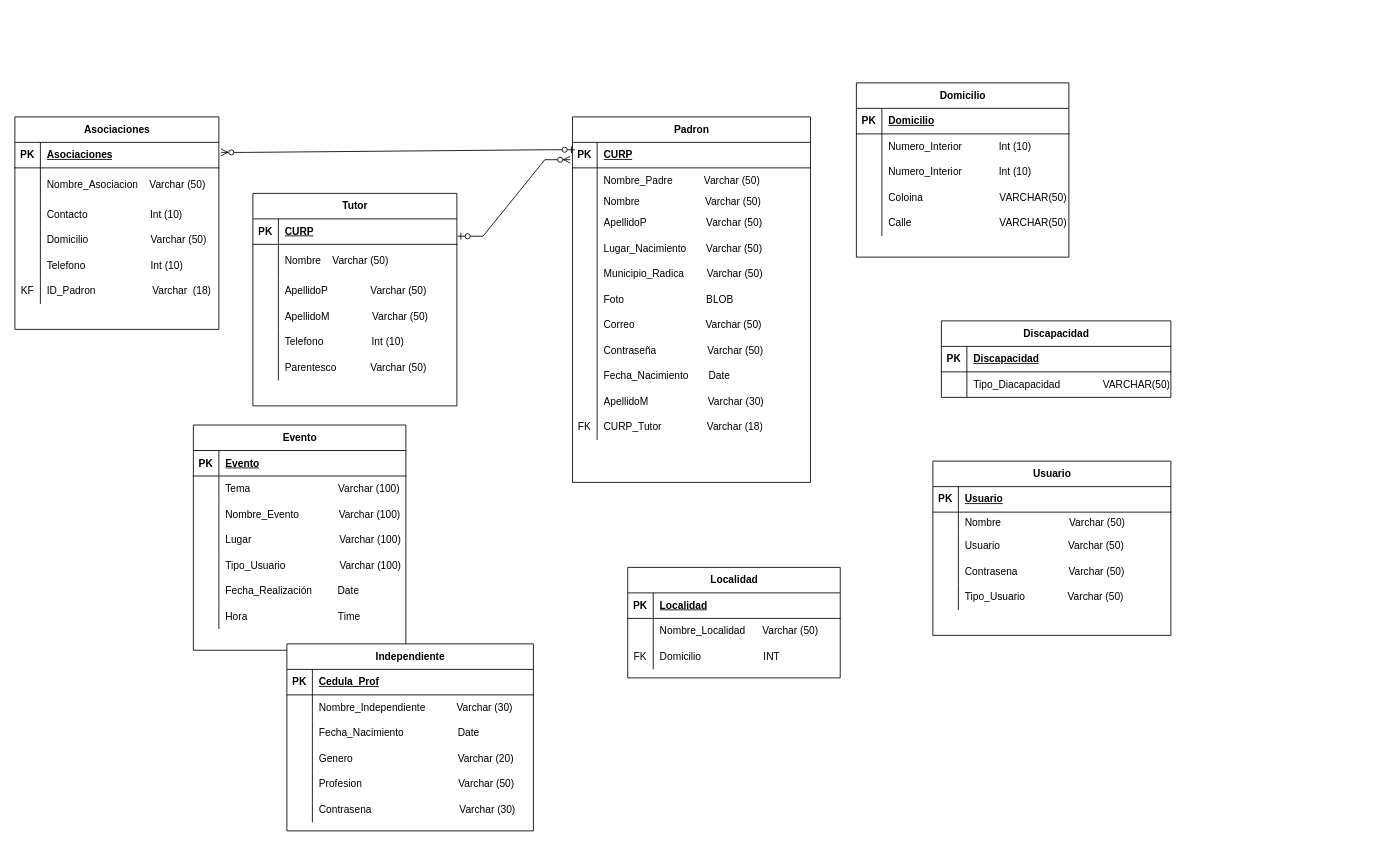
This is Relacional.drawio from OSCARCH2002/diagramas, a draw.io file, before an edit. Source tidied: cells renumbered, new cells numbered last; positions are measured from the earlier drawing's top-left corner, leaving out a move shared by most shapes. Both pictures are drawn from the tidied source at 85%, with x=0, y=0 at pixel (14, 65).
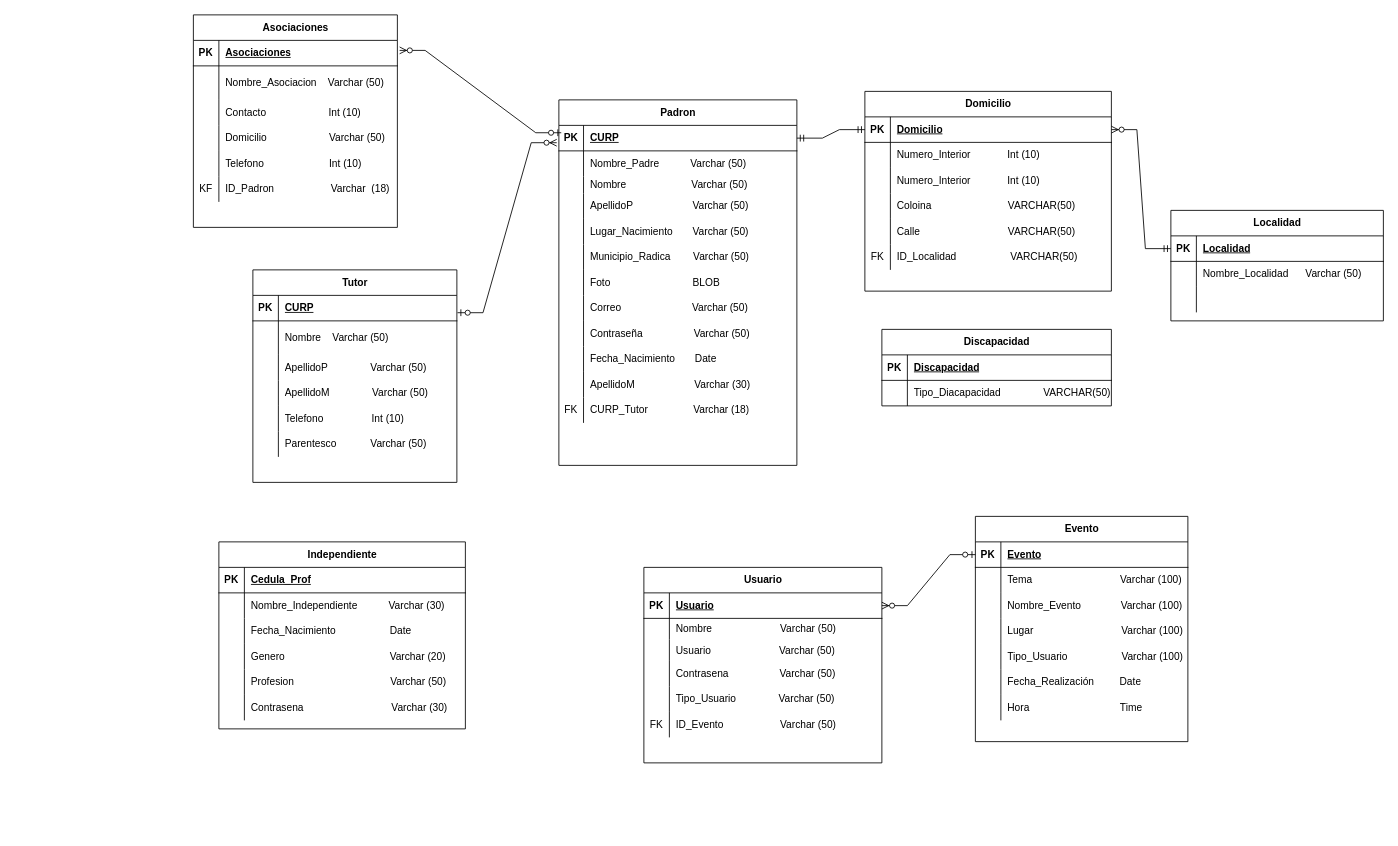
The same diagram, later.

The change refers to these unchanged cells:
```xml
<mxCell id="22" style="shape=tableRow;horizontal=0;startSize=0;swimlaneHead=0;swimlaneBody=0;fillColor=none;points=[[0,0.5],[1,0.5]];portConstraint=eastwest;top=0;left=0;right=0;bottom=1;" parent="21" vertex="1">
  <mxGeometry y="30" width="280" height="30" as="geometry" />
</mxCell>
<mxCell id="85" style="shape=tableRow;horizontal=0;startSize=0;swimlaneHead=0;swimlaneBody=0;fillColor=none;points=[[0,0.5],[1,0.5]];portConstraint=eastwest;top=0;left=0;right=0;bottom=1;" parent="84" vertex="1">
  <mxGeometry y="30" width="250" height="30" as="geometry" />
</mxCell>
<mxCell id="91" style="shape=tableRow;horizontal=0;startSize=0;swimlaneHead=0;swimlaneBody=0;fillColor=none;top=0;left=0;right=0;bottom=0;" parent="84" vertex="1">
  <mxGeometry y="90" width="250" height="30" as="geometry" />
</mxCell>
<mxCell id="95" style="shape=tableRow;horizontal=0;startSize=0;swimlaneHead=0;swimlaneBody=0;fillColor=none;points=[[0,0.5],[1,0.5]];portConstraint=eastwest;top=0;left=0;right=0;bottom=1;" parent="94" vertex="1">
  <mxGeometry y="30" width="280" height="30" as="geometry" />
</mxCell>
<mxCell id="111" style="shape=tableRow;horizontal=0;startSize=0;swimlaneHead=0;swimlaneBody=0;fillColor=none;points=[[0,0.5],[1,0.5]];portConstraint=eastwest;top=0;left=0;right=0;bottom=1;" parent="110" vertex="1">
  <mxGeometry y="30" width="250" height="30" as="geometry" />
</mxCell>
```

Diff of the diagram source:
```diff
@@
     <mxCell id="2" value="Asociaciones" style="shape=table;startSize=30;childLayout=tableLayout;rowLines=0;fontStyle=1;align=center;html=1;" parent="1" vertex="1">
-      <mxGeometry y="60" width="240" height="250" as="geometry" />
+      <mxGeometry x="210" y="-60" width="240" height="250" as="geometry" />
     </mxCell>
@@
     <mxCell id="21" value="Padron" style="shape=table;startSize=30;childLayout=tableLayout;rowLines=0;fontStyle=1;align=center;html=1;" parent="1" vertex="1">
-      <mxGeometry x="656" y="60" width="280" height="430" as="geometry" />
+      <mxGeometry x="640" y="40" width="280" height="430" as="geometry" />
     </mxCell>
@@
-    <mxCell id="58" style="shape=partialRectangle;fillColor=none;top=0;left=0;bottom=0;right=0;align=left;spacingLeft=6;overflow=hidden;whiteSpace=wrap;html=1;" parent="1" vertex="1">
-      <mxGeometry x="721" y="500" width="150" height="30" as="geometry" />
-    </mxCell>
     <mxCell id="59" value="Discapacidad" style="shape=table;startSize=30;childLayout=tableLayout;rowLines=0;fontStyle=1;align=center;html=1;" parent="1" vertex="1">
-      <mxGeometry x="1090" y="300" width="270" height="90" as="geometry" />
+      <mxGeometry x="1020" y="310" width="270" height="90" as="geometry" />
     </mxCell>
@@
     <mxCell id="66" value="Domicilio" style="shape=table;startSize=30;childLayout=tableLayout;rowLines=0;fontStyle=1;align=center;html=1;" parent="1" vertex="1">
-      <mxGeometry x="990" y="20" width="250" height="205" as="geometry" />
+      <mxGeometry x="1000" y="30" width="290" height="235" as="geometry" />
     </mxCell>
     <mxCell id="67" style="shape=tableRow;horizontal=0;startSize=0;swimlaneHead=0;swimlaneBody=0;fillColor=none;points=[[0,0.5],[1,0.5]];portConstraint=eastwest;top=0;left=0;right=0;bottom=1;" parent="66" vertex="1">
-      <mxGeometry y="30" width="250" height="30" as="geometry" />
+      <mxGeometry y="30" width="290" height="30" as="geometry" />
     </mxCell>
@@
     <mxCell id="69" value="Domicilio" style="shape=partialRectangle;fillColor=none;top=0;left=0;bottom=0;right=0;align=left;spacingLeft=6;fontStyle=5;overflow=hidden;whiteSpace=wrap;html=1;" parent="67" vertex="1">
-      <mxGeometry x="30" width="220" height="30" as="geometry" />
+      <mxGeometry x="30" width="260" height="30" as="geometry" />
     </mxCell>
     <mxCell id="70" style="shape=tableRow;horizontal=0;startSize=0;swimlaneHead=0;swimlaneBody=0;fillColor=none;top=0;left=0;right=0;bottom=0;" parent="66" vertex="1">
-      <mxGeometry y="60" width="250" height="30" as="geometry" />
+      <mxGeometry y="60" width="290" height="30" as="geometry" />
     </mxCell>
@@
     <mxCell id="72" value="Numero_Interior&amp;nbsp; &amp;nbsp; &amp;nbsp; &amp;nbsp; &amp;nbsp; &amp;nbsp; &amp;nbsp;Int (10)" style="shape=partialRectangle;fillColor=none;top=0;left=0;bottom=0;right=0;align=left;spacingLeft=6;overflow=hidden;whiteSpace=wrap;html=1;" parent="70" vertex="1">
-      <mxGeometry x="30" width="220" height="30" as="geometry" />
+      <mxGeometry x="30" width="260" height="30" as="geometry" />
     </mxCell>
     <mxCell id="73" style="shape=tableRow;horizontal=0;startSize=0;swimlaneHead=0;swimlaneBody=0;fillColor=none;top=0;left=0;right=0;bottom=0;" parent="66" vertex="1">
-      <mxGeometry y="90" width="250" height="30" as="geometry" />
+      <mxGeometry y="90" width="290" height="30" as="geometry" />
     </mxCell>
@@
     <mxCell id="75" value="Numero_Interior&amp;nbsp; &amp;nbsp; &amp;nbsp; &amp;nbsp; &amp;nbsp; &amp;nbsp; &amp;nbsp;Int (10)" style="shape=partialRectangle;fillColor=none;top=0;left=0;bottom=0;right=0;align=left;spacingLeft=6;overflow=hidden;whiteSpace=wrap;html=1;" parent="73" vertex="1">
-      <mxGeometry x="30" width="220" height="30" as="geometry" />
+      <mxGeometry x="30" width="260" height="30" as="geometry" />
     </mxCell>
     <mxCell id="76" style="shape=tableRow;horizontal=0;startSize=0;swimlaneHead=0;swimlaneBody=0;fillColor=none;top=0;left=0;right=0;bottom=0;" parent="66" vertex="1">
-      <mxGeometry y="120" width="250" height="30" as="geometry" />
+      <mxGeometry y="120" width="290" height="30" as="geometry" />
     </mxCell>
@@
     <mxCell id="78" value="Coloina&amp;nbsp; &amp;nbsp; &amp;nbsp; &amp;nbsp; &amp;nbsp; &amp;nbsp; &amp;nbsp; &amp;nbsp; &amp;nbsp; &amp;nbsp; &amp;nbsp; &amp;nbsp; &amp;nbsp; &amp;nbsp;VARCHAR(50)" style="shape=partialRectangle;fillColor=none;top=0;left=0;bottom=0;right=0;align=left;spacingLeft=6;overflow=hidden;whiteSpace=wrap;html=1;" parent="76" vertex="1">
-      <mxGeometry x="30" width="220" height="30" as="geometry" />
+      <mxGeometry x="30" width="260" height="30" as="geometry" />
     </mxCell>
     <mxCell id="79" style="shape=tableRow;horizontal=0;startSize=0;swimlaneHead=0;swimlaneBody=0;fillColor=none;top=0;left=0;right=0;bottom=0;" parent="66" vertex="1">
-      <mxGeometry y="150" width="250" height="30" as="geometry" />
+      <mxGeometry y="150" width="290" height="30" as="geometry" />
     </mxCell>
@@
     <mxCell id="81" value="Calle&amp;nbsp; &amp;nbsp; &amp;nbsp; &amp;nbsp; &amp;nbsp; &amp;nbsp; &amp;nbsp; &amp;nbsp; &amp;nbsp; &amp;nbsp; &amp;nbsp; &amp;nbsp; &amp;nbsp; &amp;nbsp; &amp;nbsp; &amp;nbsp;VARCHAR(50)" style="shape=partialRectangle;fillColor=none;top=0;left=0;bottom=0;right=0;align=left;spacingLeft=6;overflow=hidden;whiteSpace=wrap;html=1;" parent="79" vertex="1">
-      <mxGeometry x="30" width="220" height="30" as="geometry" />
+      <mxGeometry x="30" width="260" height="30" as="geometry" />
     </mxCell>
+    <mxCell id="178" style="shape=tableRow;horizontal=0;startSize=0;swimlaneHead=0;swimlaneBody=0;fillColor=none;top=0;left=0;right=0;bottom=0;" parent="66" vertex="1">
+      <mxGeometry y="180" width="290" height="30" as="geometry" />
+    </mxCell>
+    <mxCell id="179" value="FK" style="shape=partialRectangle;fillColor=none;top=0;left=0;bottom=0;right=0;overflow=hidden;whiteSpace=wrap;html=1;" parent="178" vertex="1">
+      <mxGeometry width="30" height="30" as="geometry" />
+    </mxCell>
+    <mxCell id="180" value="ID_Localidad&amp;nbsp; &amp;nbsp; &amp;nbsp; &amp;nbsp; &amp;nbsp; &amp;nbsp; &amp;nbsp; &amp;nbsp; &amp;nbsp; &amp;nbsp;VARCHAR(50)" style="shape=partialRectangle;fillColor=none;top=0;left=0;bottom=0;right=0;align=left;spacingLeft=6;overflow=hidden;whiteSpace=wrap;html=1;" parent="178" vertex="1">
+      <mxGeometry x="30" width="260" height="30" as="geometry" />
+    </mxCell>
@@
     <mxCell id="84" value="Localidad" style="shape=table;startSize=30;childLayout=tableLayout;rowLines=0;fontStyle=1;align=center;html=1;" parent="1" vertex="1">
-      <mxGeometry x="721" y="590" width="250" height="130" as="geometry" />
+      <mxGeometry x="1360" y="170" width="250" height="130" as="geometry" />
     </mxCell>
@@
-    <mxCell id="92" value="FK" style="shape=partialRectangle;fillColor=none;top=0;left=0;bottom=0;right=0;overflow=hidden;whiteSpace=wrap;html=1;" parent="91" vertex="1">
+    <mxCell id="92" style="shape=partialRectangle;fillColor=none;top=0;left=0;bottom=0;right=0;overflow=hidden;whiteSpace=wrap;html=1;" parent="91" vertex="1">
       <mxGeometry width="30" height="30" as="geometry" />
     </mxCell>
-    <mxCell id="93" value="Domicilio&amp;nbsp; &amp;nbsp; &amp;nbsp; &amp;nbsp; &amp;nbsp; &amp;nbsp; &amp;nbsp; &amp;nbsp; &amp;nbsp; &amp;nbsp; &amp;nbsp; INT" style="shape=partialRectangle;fillColor=none;top=0;left=0;bottom=0;right=0;align=left;spacingLeft=6;overflow=hidden;whiteSpace=wrap;html=1;" parent="91" vertex="1">
+    <mxCell id="93" style="shape=partialRectangle;fillColor=none;top=0;left=0;bottom=0;right=0;align=left;spacingLeft=6;overflow=hidden;whiteSpace=wrap;html=1;" parent="91" vertex="1">
       <mxGeometry x="30" width="220" height="30" as="geometry" />
     </mxCell>
     <mxCell id="94" value="Usuario" style="shape=table;startSize=30;childLayout=tableLayout;rowLines=0;fontStyle=1;align=center;html=1;" parent="1" vertex="1">
-      <mxGeometry x="1080" y="465" width="280" height="205" as="geometry" />
+      <mxGeometry x="740" y="590" width="280" height="230" as="geometry" />
     </mxCell>
@@
     <mxCell id="101" style="shape=tableRow;horizontal=0;startSize=0;swimlaneHead=0;swimlaneBody=0;fillColor=none;top=0;left=0;right=0;bottom=0;" parent="94" vertex="1">
-      <mxGeometry y="85" width="280" height="30" as="geometry" />
+      <mxGeometry y="85" width="280" height="25" as="geometry" />
     </mxCell>
     <mxCell id="102" style="shape=partialRectangle;fillColor=none;top=0;left=0;bottom=0;right=0;overflow=hidden;whiteSpace=wrap;html=1;" parent="101" vertex="1">
-      <mxGeometry width="30" height="30" as="geometry" />
+      <mxGeometry width="30" height="25" as="geometry" />
     </mxCell>
     <mxCell id="103" value="Usuario&amp;nbsp; &amp;nbsp; &amp;nbsp; &amp;nbsp; &amp;nbsp; &amp;nbsp; &amp;nbsp; &amp;nbsp; &amp;nbsp; &amp;nbsp; &amp;nbsp; &amp;nbsp; Varchar (50)" style="shape=partialRectangle;fillColor=none;top=0;left=0;bottom=0;right=0;align=left;spacingLeft=6;overflow=hidden;whiteSpace=wrap;html=1;" parent="101" vertex="1">
-      <mxGeometry x="30" width="250" height="30" as="geometry" />
+      <mxGeometry x="30" width="250" height="25" as="geometry" />
     </mxCell>
     <mxCell id="104" style="shape=tableRow;horizontal=0;startSize=0;swimlaneHead=0;swimlaneBody=0;fillColor=none;top=0;left=0;right=0;bottom=0;" parent="94" vertex="1">
-      <mxGeometry y="115" width="280" height="30" as="geometry" />
+      <mxGeometry y="110" width="280" height="30" as="geometry" />
     </mxCell>
@@
     <mxCell id="107" style="shape=tableRow;horizontal=0;startSize=0;swimlaneHead=0;swimlaneBody=0;fillColor=none;top=0;left=0;right=0;bottom=0;" parent="94" vertex="1">
-      <mxGeometry y="145" width="280" height="30" as="geometry" />
+      <mxGeometry y="140" width="280" height="30" as="geometry" />
     </mxCell>
@@
+    <mxCell id="181" style="shape=tableRow;horizontal=0;startSize=0;swimlaneHead=0;swimlaneBody=0;fillColor=none;top=0;left=0;right=0;bottom=0;" parent="94" vertex="1">
+      <mxGeometry y="170" width="280" height="30" as="geometry" />
+    </mxCell>
+    <mxCell id="182" value="FK" style="shape=partialRectangle;fillColor=none;top=0;left=0;bottom=0;right=0;overflow=hidden;whiteSpace=wrap;html=1;" parent="181" vertex="1">
+      <mxGeometry width="30" height="30" as="geometry" />
+    </mxCell>
+    <mxCell id="183" value="ID_Evento&amp;nbsp; &amp;nbsp; &amp;nbsp; &amp;nbsp; &amp;nbsp; &amp;nbsp; &amp;nbsp; &amp;nbsp; &amp;nbsp; &amp;nbsp; Varchar (50)" style="shape=partialRectangle;fillColor=none;top=0;left=0;bottom=0;right=0;align=left;spacingLeft=6;overflow=hidden;whiteSpace=wrap;html=1;" parent="181" vertex="1">
+      <mxGeometry x="30" width="250" height="30" as="geometry" />
+    </mxCell>
     <mxCell id="110" value="Evento" style="shape=table;startSize=30;childLayout=tableLayout;rowLines=0;fontStyle=1;align=center;html=1;" parent="1" vertex="1">
-      <mxGeometry x="210" y="422.5" width="250" height="265" as="geometry" />
+      <mxGeometry x="1130" y="530" width="250" height="265" as="geometry" />
     </mxCell>
@@
     <mxCell id="138" value="Independiente" style="shape=table;startSize=30;childLayout=tableLayout;rowLines=0;fontStyle=1;align=center;html=1;" parent="1" vertex="1">
-      <mxGeometry x="320" y="680" width="290" height="220" as="geometry" />
+      <mxGeometry x="240" y="560" width="290" height="220" as="geometry" />
     </mxCell>
@@
     <mxCell id="157" value="Tutor" style="shape=table;startSize=30;childLayout=tableLayout;rowLines=0;fontStyle=1;align=center;html=1;" parent="1" vertex="1">
-      <mxGeometry x="280" y="150" width="240" height="250" as="geometry" />
+      <mxGeometry x="280" y="240" width="240" height="250" as="geometry" />
     </mxCell>
@@
+    <mxCell id="184" style="edgeStyle=entityRelationEdgeStyle;fontSize=12;html=1;endArrow=ERzeroToMany;startArrow=ERzeroToOne;rounded=0;entryX=1;entryY=0.5;entryDx=0;entryDy=0;exitX=0;exitY=0.5;exitDx=0;exitDy=0;" parent="1" edge="1" source="111" target="95">
+      <mxGeometry relative="1" as="geometry" />
+    </mxCell>
+    <mxCell id="185" style="edgeStyle=entityRelationEdgeStyle;fontSize=12;html=1;endArrow=ERmandOne;startArrow=ERmandOne;rounded=0;entryX=0;entryY=0.5;entryDx=0;entryDy=0;exitX=1;exitY=0.5;exitDx=0;exitDy=0;" parent="1" edge="1" source="22" target="67">
+      <mxGeometry relative="1" as="geometry" />
+    </mxCell>
+    <mxCell id="186" style="edgeStyle=entityRelationEdgeStyle;fontSize=12;html=1;endArrow=ERzeroToMany;startArrow=ERmandOne;rounded=0;entryX=1;entryY=0.5;entryDx=0;entryDy=0;exitX=0;exitY=0.5;exitDx=0;exitDy=0;" parent="1" edge="1" source="85" target="67">
+      <mxGeometry relative="1" as="geometry">
+        <Array as="points">
+          <mxPoint x="1600" y="290" />
+        </Array>
+      </mxGeometry>
+    </mxCell>
```
